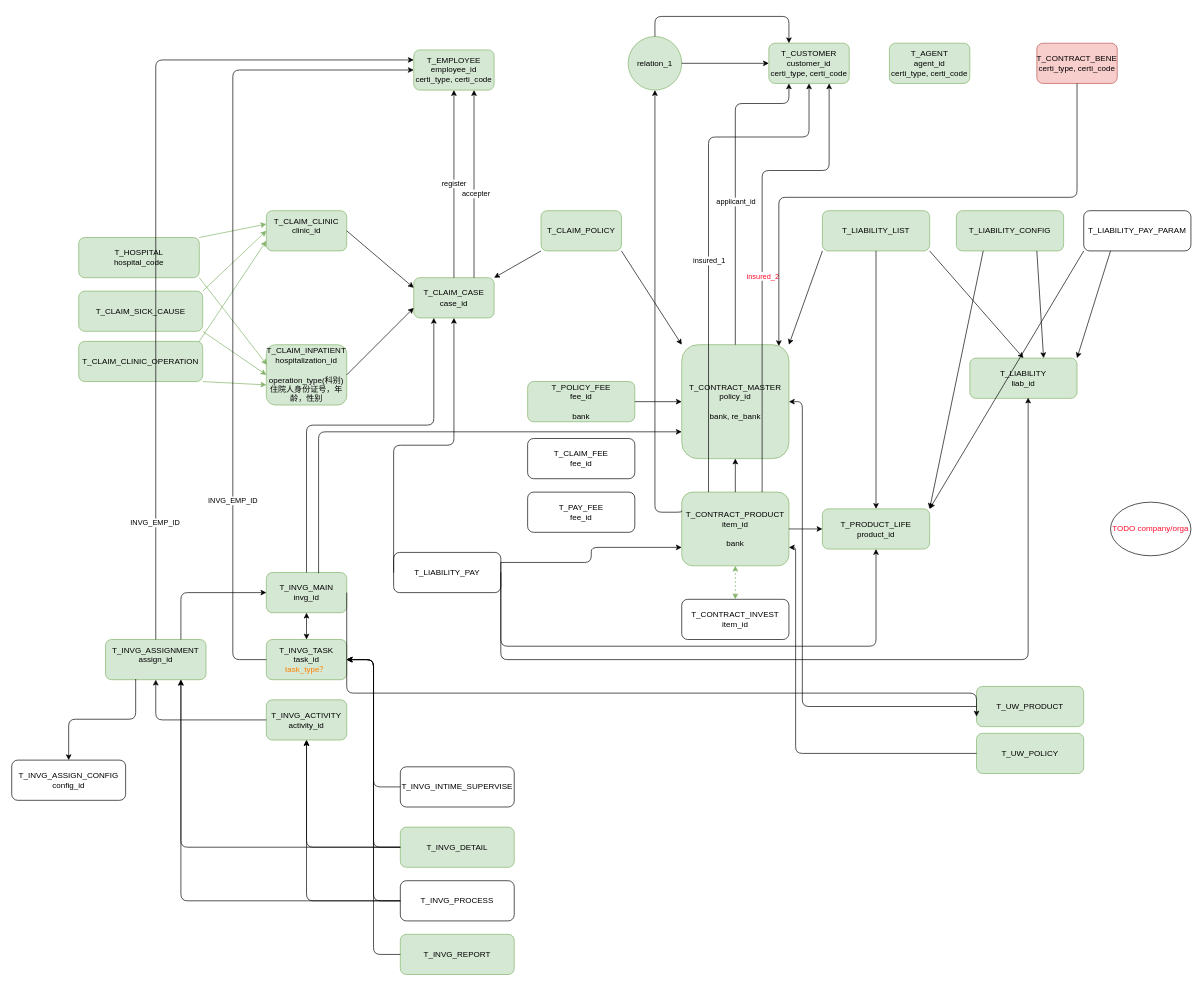
Earlier version of the draw.io diagram taiping-data-arch.drawio (XiaoLiuAI/diagrams). Source tidied: cells renumbered, new cells numbered last; positions are measured from the earlier drawing's top-left corner, leaving out a move shared by most shapes. Both pictures are drawn from the tidied source at 67%, with x=0, y=0 at pixel (11, 16).
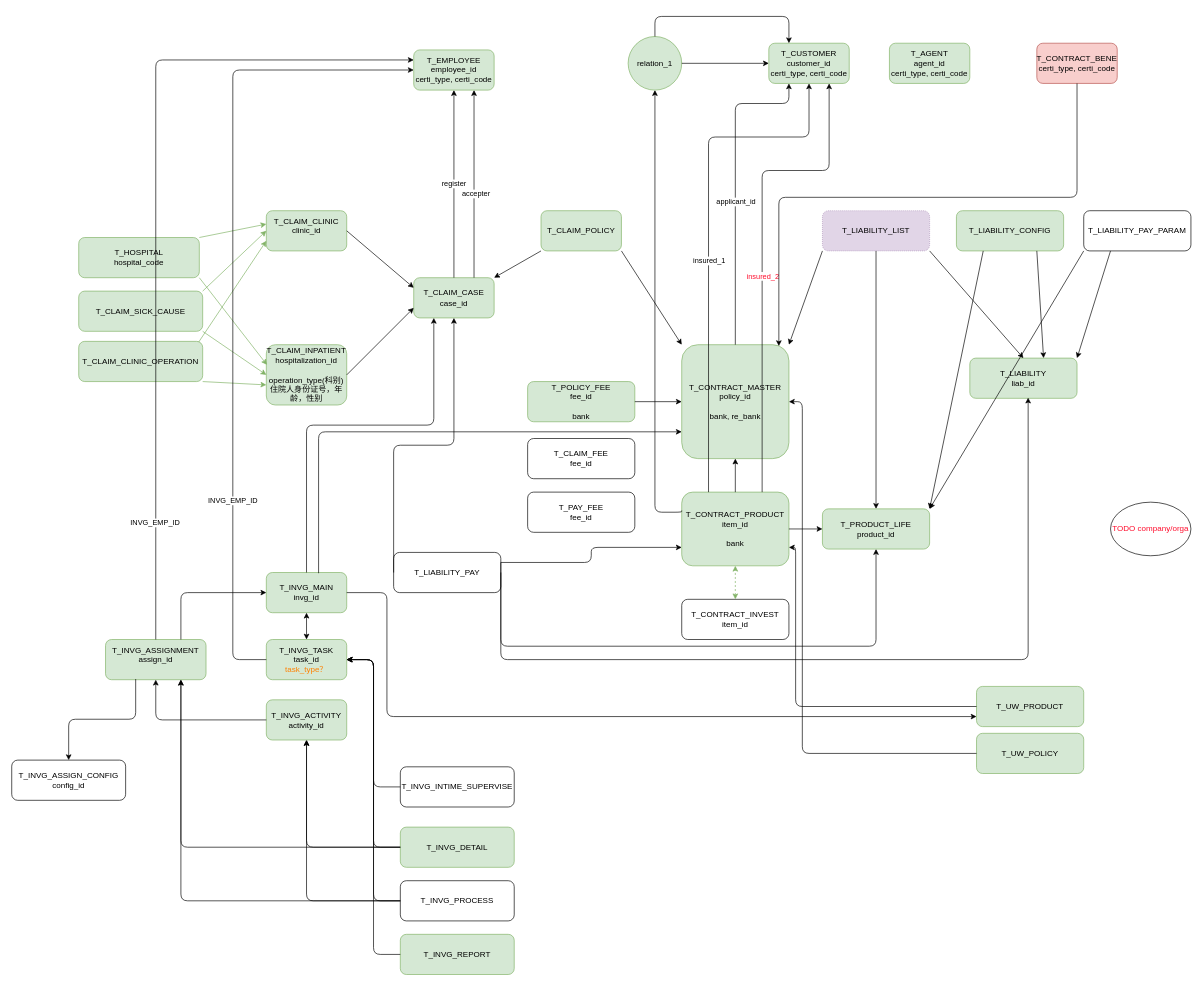
The same page after the edit.

Unchanged cells that the change refers to:
```xml
<mxCell id="5" value="T_CONTRACT_MASTER&lt;br&gt;policy_id&lt;br&gt;&lt;br&gt;bank, re_bank" style="rounded=1;whiteSpace=wrap;html=1;fillColor=#d5e8d4;strokeColor=#82b366;" parent="1" vertex="1">
  <mxGeometry x="1000" y="490" width="160" height="170" as="geometry" />
</mxCell>
<mxCell id="7" value="T_CONTRACT_PRODUCT&lt;br&gt;item_id&lt;br&gt;&lt;br&gt;bank" style="rounded=1;whiteSpace=wrap;html=1;fillColor=#d5e8d4;strokeColor=#82b366;" parent="1" vertex="1">
  <mxGeometry x="1000" y="710" width="160" height="110" as="geometry" />
</mxCell>
<mxCell id="43" value="T_UW_PRODUCT" style="rounded=1;whiteSpace=wrap;html=1;fillColor=#d5e8d4;strokeColor=#82b366;" parent="1" vertex="1">
  <mxGeometry x="1440" y="1000" width="160" height="60" as="geometry" />
</mxCell>
<mxCell id="44" value="T_UW_POLICY" style="rounded=1;whiteSpace=wrap;html=1;fillColor=#d5e8d4;strokeColor=#82b366;" parent="1" vertex="1">
  <mxGeometry x="1440" y="1070" width="160" height="60" as="geometry" />
</mxCell>
<mxCell id="69" value="&lt;font color=&quot;#000000&quot;&gt;T_INVG_MAIN&lt;br&gt;invg_id&lt;br&gt;&lt;/font&gt;" style="rounded=1;whiteSpace=wrap;html=1;fillColor=#d5e8d4;strokeColor=#82b366;" parent="1" vertex="1">
  <mxGeometry x="380" y="830" width="120" height="60" as="geometry" />
</mxCell>
```

Change to the diagram source:
```diff
@@
-    <mxCell id="14" value="T_LIABILITY_LIST" style="rounded=1;whiteSpace=wrap;html=1;fillColor=#d5e8d4;strokeColor=#82b366;" parent="1" vertex="1">
+    <mxCell id="14" value="T_LIABILITY_LIST" style="rounded=1;whiteSpace=wrap;html=1;fillColor=#e1d5e7;strokeColor=#9673a6;dashed=1;dashPattern=1 2;" parent="1" vertex="1">
       <mxGeometry x="1210" y="290" width="160" height="60" as="geometry" />
     </mxCell>
@@
-    <mxCell id="45" style="edgeStyle=elbowEdgeStyle;elbow=horizontal;endArrow=classic;html=1;exitX=0;exitY=0.5;exitDx=0;exitDy=0;entryX=1;entryY=0.75;entryDx=0;entryDy=0;" parent="1" edge="1" source="44" target="7">
+    <mxCell id="45" style="edgeStyle=elbowEdgeStyle;elbow=horizontal;endArrow=classic;html=1;entryX=1;entryY=0.75;entryDx=0;entryDy=0;" parent="1" edge="1" source="43" target="7">
       <mxGeometry relative="1" as="geometry">
         <Array as="points">
           <mxPoint x="1170" y="760" />
         </Array>
       </mxGeometry>
     </mxCell>
-    <mxCell id="46" style="edgeStyle=elbowEdgeStyle;elbow=horizontal;endArrow=classic;html=1;exitX=0;exitY=0.5;exitDx=0;exitDy=0;entryX=1;entryY=0.5;entryDx=0;entryDy=0;" parent="1" edge="1" source="43" target="5">
+    <mxCell id="46" style="edgeStyle=elbowEdgeStyle;elbow=horizontal;endArrow=classic;html=1;exitX=0;exitY=0.5;exitDx=0;exitDy=0;entryX=1;entryY=0.5;entryDx=0;entryDy=0;" parent="1" edge="1" source="44" target="5">
       <mxGeometry relative="1" as="geometry">
         <Array as="points">
           <mxPoint x="1180" y="770" />
         </Array>
       </mxGeometry>
     </mxCell>
@@
-    <mxCell id="75" style="edgeStyle=elbowEdgeStyle;elbow=vertical;endArrow=classic;html=1;fontColor=#FF0D2D;entryX=0;entryY=0.75;entryDx=0;entryDy=0;exitX=1;exitY=0.5;exitDx=0;exitDy=0;" parent="1" edge="1" source="69" target="43">
-      <mxGeometry relative="1" as="geometry">
-        <Array as="points">
-          <mxPoint x="600" y="1010" />
-        </Array>
-      </mxGeometry>
-    </mxCell>
@@
+    <mxCell id="75" style="edgeStyle=elbowEdgeStyle;elbow=horizontal;endArrow=classic;html=1;exitX=1;exitY=0.5;exitDx=0;exitDy=0;entryX=0;entryY=0.75;entryDx=0;entryDy=0;" parent="1" edge="1" source="69" target="43">
+      <mxGeometry relative="1" as="geometry">
+        <Array as="points">
+          <mxPoint x="560" y="990" />
+        </Array>
+      </mxGeometry>
+    </mxCell>
```
